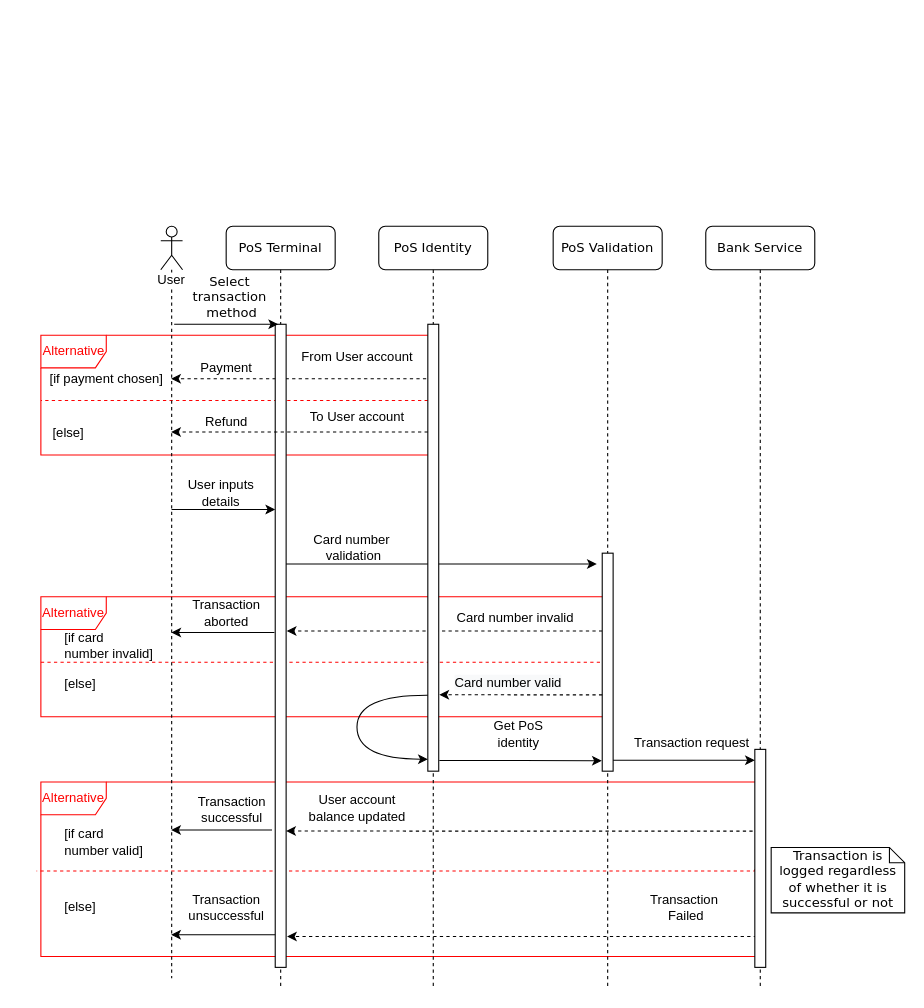
Before: docs/UMLDiagrams/SequenceDiagram.drawio in TomStrong/Com528-Assessment, a draw.io diagram. Source tidied: cells renumbered, new cells numbered last; positions are measured from the earlier drawing's top-left corner, leaving out a move shared by most shapes. Both pictures are drawn from the tidied source at 109%, with x=0, y=0 at pixel (40, 226).
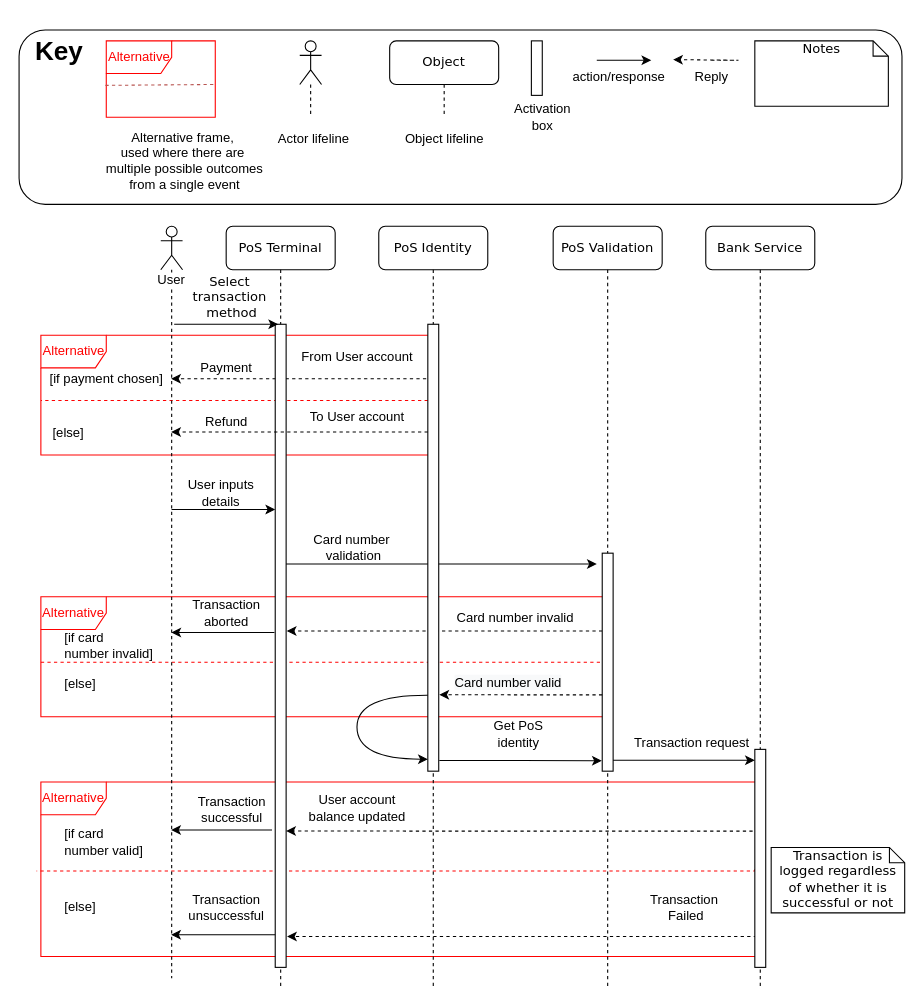
The same diagram, later.

Commit message (it also covers changes not shown here):
added keys to diagrams

Change to the diagram source:
```diff
@@
+    <mxCell id="55" style="rounded=1;whiteSpace=wrap;html=1;align=center;" parent="1" vertex="1">
+      <mxGeometry x="-20" y="-180" width="810" height="160" as="geometry" />
+    </mxCell>
@@
+    <mxCell id="56" value="&lt;h1&gt;Key&lt;/h1&gt;" style="text;html=1;strokeColor=none;fillColor=none;spacing=5;spacingTop=-20;whiteSpace=wrap;overflow=hidden;rounded=0;" parent="1" vertex="1">
+      <mxGeometry x="-10" y="-180" width="190" height="120" as="geometry" />
+    </mxCell>
+    <mxCell id="57" value="&lt;font color=&quot;#ff0000&quot;&gt;Alternative&lt;/font&gt;" style="shape=umlFrame;whiteSpace=wrap;html=1;align=left;strokeColor=#FF0000;" parent="1" vertex="1">
+      <mxGeometry x="60" y="-170" width="100" height="70" as="geometry" />
+    </mxCell>
+    <mxCell id="58" style="endArrow=none;dashed=1;html=1;rounded=0;exitX=-0.008;exitY=0.583;exitDx=0;exitDy=0;exitPerimeter=0;fillColor=#f8cecc;strokeColor=#b85450;" parent="1" edge="1" source="57">
+      <mxGeometry relative="1" as="geometry">
+        <mxPoint x="160" y="-130" as="targetPoint" />
+      </mxGeometry>
+    </mxCell>
+    <mxCell id="59" value="Alternative frame, &lt;br&gt;used where there are&lt;br&gt;&amp;nbsp;multiple possible outcomes&lt;br&gt;&amp;nbsp;from a single event" style="text;html=1;align=center;verticalAlign=middle;strokeColor=none;fillColor=none;" parent="1" vertex="1">
+      <mxGeometry x="50" y="-90" width="160" height="60" as="geometry" />
+    </mxCell>
+    <mxCell id="60" style="shape=umlLifeline;participant=umlActor;perimeter=lifelinePerimeter;whiteSpace=wrap;html=1;verticalAlign=top;spacingTop=36;" parent="1" vertex="1">
+      <mxGeometry x="237.5" y="-170" width="20" height="70" as="geometry" />
+    </mxCell>
+    <mxCell id="61" value="Actor lifeline" style="text;html=1;align=center;verticalAlign=middle;strokeColor=none;fillColor=none;" parent="1" vertex="1">
+      <mxGeometry x="210" y="-90" width="80" height="20" as="geometry" />
+    </mxCell>
+    <mxCell id="62" value="Object" style="shape=umlLifeline;perimeter=lifelinePerimeter;whiteSpace=wrap;html=1;rounded=1;shadow=0;comic=0;labelBackgroundColor=none;strokeWidth=1;fontFamily=Verdana;fontSize=12;align=center;" parent="1" vertex="1">
+      <mxGeometry x="320" y="-170" width="100" height="70" as="geometry" />
+    </mxCell>
+    <mxCell id="63" value="Object lifeline" style="text;html=1;align=center;verticalAlign=middle;strokeColor=none;fillColor=none;" parent="1" vertex="1">
+      <mxGeometry x="325" y="-90" width="90" height="20" as="geometry" />
+    </mxCell>
+    <mxCell id="64" value="&lt;div&gt;Notes&lt;/div&gt;" style="shape=note;whiteSpace=wrap;html=1;size=14;verticalAlign=top;align=center;spacingTop=-6;rounded=0;shadow=0;comic=0;labelBackgroundColor=none;strokeWidth=1;fontFamily=Verdana;fontSize=12;" parent="1" vertex="1">
+      <mxGeometry x="655" y="-170" width="122.5" height="60" as="geometry" />
+    </mxCell>
+    <mxCell id="65" style="edgeStyle=orthogonalEdgeStyle;rounded=0;orthogonalLoop=1;jettySize=auto;html=1;startArrow=none;startFill=0;endArrow=classic;endFill=1;" parent="1" edge="1">
+      <mxGeometry relative="1" as="geometry">
+        <mxPoint x="510" y="-152.2" as="sourcePoint" />
+        <mxPoint x="560" y="-152.2" as="targetPoint" />
+        <Array as="points">
+          <mxPoint x="520" y="-152.2" />
+          <mxPoint x="520" y="-152.2" />
+        </Array>
+      </mxGeometry>
+    </mxCell>
+    <mxCell id="66" style="edgeStyle=orthogonalEdgeStyle;rounded=0;orthogonalLoop=1;jettySize=auto;html=1;startArrow=none;startFill=0;endArrow=classic;endFill=1;dashed=1;" parent="1" edge="1">
+      <mxGeometry relative="1" as="geometry">
+        <mxPoint x="615" y="-152.2" as="sourcePoint" />
+        <mxPoint x="580" y="-152.8" as="targetPoint" />
+        <Array as="points">
+          <mxPoint x="640" y="-152.8" />
+          <mxPoint x="640" y="-152.8" />
+        </Array>
+      </mxGeometry>
+    </mxCell>
+    <mxCell id="67" value="action/response" style="text;html=1;align=center;verticalAlign=middle;strokeColor=none;fillColor=none;" parent="1" vertex="1">
+      <mxGeometry x="480" y="-147.2" width="100" height="20" as="geometry" />
+    </mxCell>
+    <mxCell id="68" value="Reply" style="text;html=1;align=center;verticalAlign=middle;strokeColor=none;fillColor=none;" parent="1" vertex="1">
+      <mxGeometry x="590" y="-147.2" width="50" height="20" as="geometry" />
+    </mxCell>
+    <mxCell id="69" style="html=1;perimeter=orthogonalPerimeter;rounded=0;shadow=0;comic=0;labelBackgroundColor=none;strokeWidth=1;fontFamily=Verdana;fontSize=12;align=center;" parent="1" vertex="1">
+      <mxGeometry x="450" y="-170" width="10" height="50" as="geometry" />
+    </mxCell>
+    <mxCell id="70" value="Activation&lt;br&gt;box" style="text;html=1;align=center;verticalAlign=middle;strokeColor=none;fillColor=none;" parent="1" vertex="1">
+      <mxGeometry x="425" y="-115" width="70" height="30" as="geometry" />
+    </mxCell>
```
